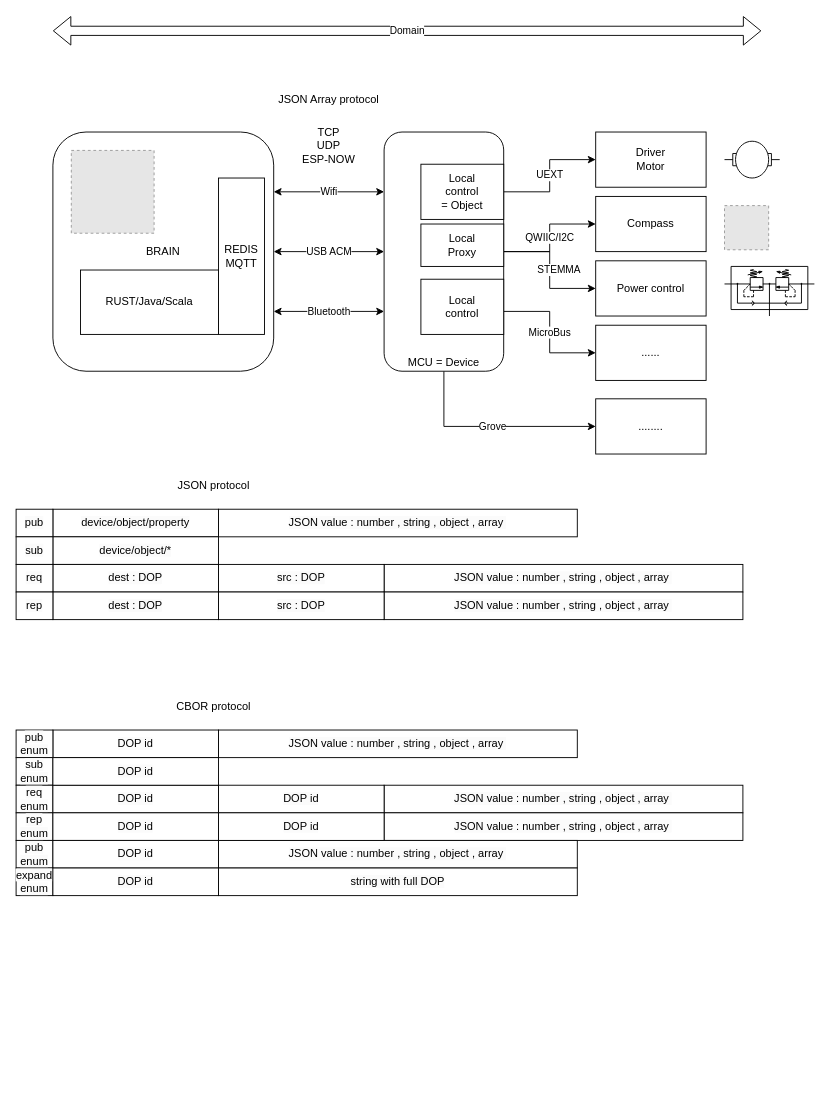
Above: docs/limero_concepts.drawio in vortex314/tiva-rs (draw.io), before the change. Source tidied: cells renumbered, new cells numbered last; positions are measured from the earlier drawing's top-left corner, leaving out a move shared by most shapes. Both pictures are drawn from the tidied source at 92%, with x=0, y=0 at pixel (16, 30). Pictures stored in the file or linked from it are replaced by grey dashed boxes.
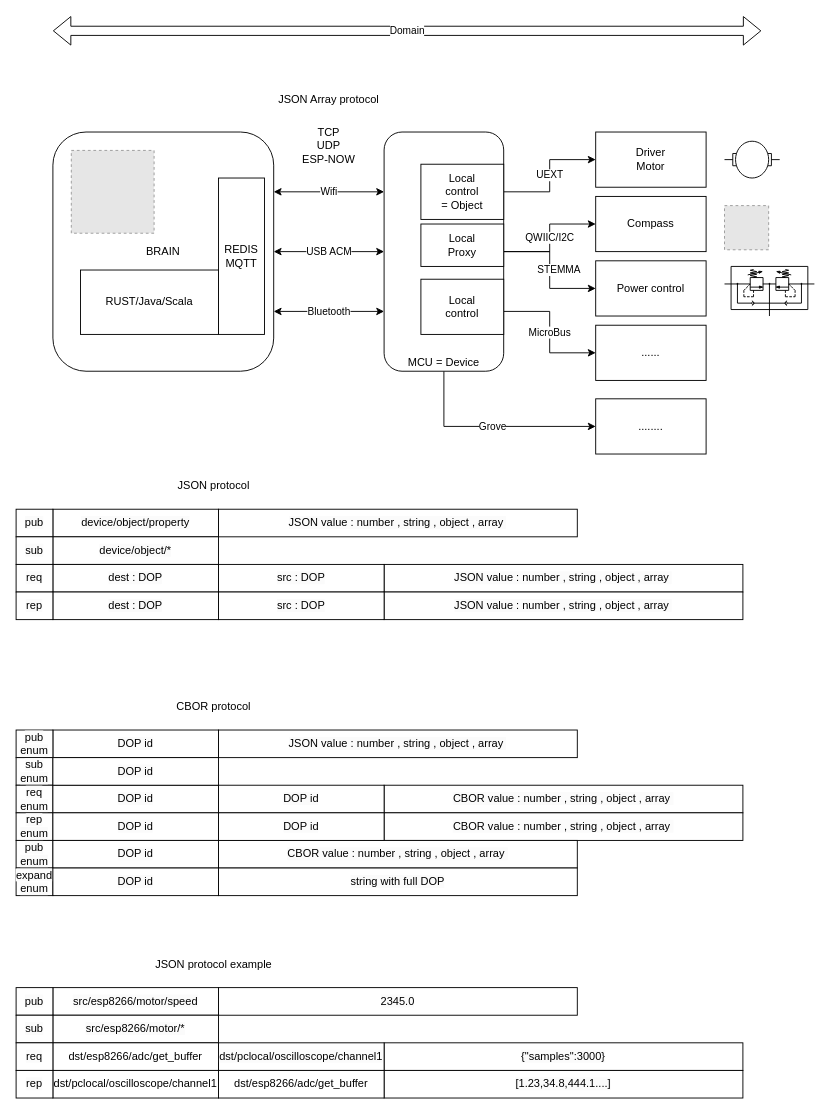
Above is the later version.

The edit, as a diff of the source:
```diff
@@
-    <mxCell id="49" value="&lt;span style=&quot;color: rgb(0, 0, 0); font-family: Helvetica; font-size: 12px; font-style: normal; font-variant-ligatures: normal; font-variant-caps: normal; font-weight: 400; letter-spacing: normal; orphans: 2; text-align: center; text-indent: 0px; text-transform: none; widows: 2; word-spacing: 0px; -webkit-text-stroke-width: 0px; background-color: rgb(251, 251, 251); text-decoration-thickness: initial; text-decoration-style: initial; text-decoration-color: initial; float: none; display: inline !important;&quot;&gt;JSON value : number , string , object , array&amp;nbsp;&lt;/span&gt;" style="rounded=0;whiteSpace=wrap;html=1;" parent="1" vertex="1">
+    <mxCell id="49" value="&lt;span style=&quot;color: rgb(0, 0, 0); font-family: Helvetica; font-size: 12px; font-style: normal; font-variant-ligatures: normal; font-variant-caps: normal; font-weight: 400; letter-spacing: normal; orphans: 2; text-align: center; text-indent: 0px; text-transform: none; widows: 2; word-spacing: 0px; -webkit-text-stroke-width: 0px; background-color: rgb(251, 251, 251); text-decoration-thickness: initial; text-decoration-style: initial; text-decoration-color: initial; float: none; display: inline !important;&quot;&gt;CBOR value : number , string , object , array&amp;nbsp;&lt;/span&gt;" style="rounded=0;whiteSpace=wrap;html=1;" parent="1" vertex="1">
       <mxGeometry x="400" y="820" width="390" height="30" as="geometry" />
     </mxCell>
@@
-    <mxCell id="51" value="&lt;span style=&quot;color: rgb(0, 0, 0); font-family: Helvetica; font-size: 12px; font-style: normal; font-variant-ligatures: normal; font-variant-caps: normal; font-weight: 400; letter-spacing: normal; orphans: 2; text-align: center; text-indent: 0px; text-transform: none; widows: 2; word-spacing: 0px; -webkit-text-stroke-width: 0px; background-color: rgb(251, 251, 251); text-decoration-thickness: initial; text-decoration-style: initial; text-decoration-color: initial; float: none; display: inline !important;&quot;&gt;JSON value : number , string , object , array&amp;nbsp;&lt;/span&gt;" style="rounded=0;whiteSpace=wrap;html=1;" parent="1" vertex="1">
+    <mxCell id="51" value="&lt;span style=&quot;color: rgb(0, 0, 0); font-family: Helvetica; font-size: 12px; font-style: normal; font-variant-ligatures: normal; font-variant-caps: normal; font-weight: 400; letter-spacing: normal; orphans: 2; text-align: center; text-indent: 0px; text-transform: none; widows: 2; word-spacing: 0px; -webkit-text-stroke-width: 0px; background-color: rgb(251, 251, 251); text-decoration-thickness: initial; text-decoration-style: initial; text-decoration-color: initial; float: none; display: inline !important;&quot;&gt;CBOR value : number , string , object , array&amp;nbsp;&lt;/span&gt;" style="rounded=0;whiteSpace=wrap;html=1;" parent="1" vertex="1">
       <mxGeometry x="400" y="850" width="390" height="30" as="geometry" />
     </mxCell>
@@
-    <mxCell id="53" value="&lt;span style=&quot;color: rgb(0, 0, 0); font-family: Helvetica; font-size: 12px; font-style: normal; font-variant-ligatures: normal; font-variant-caps: normal; font-weight: 400; letter-spacing: normal; orphans: 2; text-align: center; text-indent: 0px; text-transform: none; widows: 2; word-spacing: 0px; -webkit-text-stroke-width: 0px; background-color: rgb(251, 251, 251); text-decoration-thickness: initial; text-decoration-style: initial; text-decoration-color: initial; float: none; display: inline !important;&quot;&gt;JSON value : number , string , object , array&amp;nbsp;&lt;/span&gt;" style="rounded=0;whiteSpace=wrap;html=1;" parent="1" vertex="1">
+    <mxCell id="53" value="&lt;span style=&quot;color: rgb(0, 0, 0); font-family: Helvetica; font-size: 12px; font-style: normal; font-variant-ligatures: normal; font-variant-caps: normal; font-weight: 400; letter-spacing: normal; orphans: 2; text-align: center; text-indent: 0px; text-transform: none; widows: 2; word-spacing: 0px; -webkit-text-stroke-width: 0px; background-color: rgb(251, 251, 251); text-decoration-thickness: initial; text-decoration-style: initial; text-decoration-color: initial; float: none; display: inline !important;&quot;&gt;CBOR value : number , string , object , array&amp;nbsp;&lt;/span&gt;" style="rounded=0;whiteSpace=wrap;html=1;" parent="1" vertex="1">
       <mxGeometry x="220" y="880" width="390" height="30" as="geometry" />
     </mxCell>
@@
+    <mxCell id="63" value="JSON protocol example" style="text;html=1;strokeColor=none;fillColor=none;align=center;verticalAlign=middle;whiteSpace=wrap;rounded=0;" parent="1" vertex="1">
+      <mxGeometry x="90" y="1000" width="250" height="30" as="geometry" />
+    </mxCell>
+    <mxCell id="64" value="&lt;span style=&quot;color: rgb(0, 0, 0); font-family: Helvetica; font-size: 12px; font-style: normal; font-variant-ligatures: normal; font-variant-caps: normal; font-weight: 400; letter-spacing: normal; orphans: 2; text-align: center; text-indent: 0px; text-transform: none; widows: 2; word-spacing: 0px; -webkit-text-stroke-width: 0px; background-color: rgb(251, 251, 251); text-decoration-thickness: initial; text-decoration-style: initial; text-decoration-color: initial; float: none; display: inline !important;&quot;&gt;src/esp8266/motor/speed&lt;/span&gt;" style="rounded=0;whiteSpace=wrap;html=1;" parent="1" vertex="1">
+      <mxGeometry x="40" y="1040" width="180" height="30" as="geometry" />
+    </mxCell>
+    <mxCell id="65" value="&lt;span style=&quot;color: rgb(0, 0, 0); font-family: Helvetica; font-size: 12px; font-style: normal; font-variant-ligatures: normal; font-variant-caps: normal; font-weight: 400; letter-spacing: normal; orphans: 2; text-align: center; text-indent: 0px; text-transform: none; widows: 2; word-spacing: 0px; -webkit-text-stroke-width: 0px; background-color: rgb(251, 251, 251); text-decoration-thickness: initial; text-decoration-style: initial; text-decoration-color: initial; float: none; display: inline !important;&quot;&gt;pub&lt;/span&gt;" style="rounded=0;whiteSpace=wrap;html=1;" parent="1" vertex="1">
+      <mxGeometry y="1040" width="40" height="30" as="geometry" />
+    </mxCell>
+    <mxCell id="66" value="&lt;span style=&quot;color: rgb(0, 0, 0); font-family: Helvetica; font-size: 12px; font-style: normal; font-variant-ligatures: normal; font-variant-caps: normal; font-weight: 400; letter-spacing: normal; orphans: 2; text-align: center; text-indent: 0px; text-transform: none; widows: 2; word-spacing: 0px; -webkit-text-stroke-width: 0px; background-color: rgb(251, 251, 251); text-decoration-thickness: initial; text-decoration-style: initial; text-decoration-color: initial; float: none; display: inline !important;&quot;&gt;2345.0&lt;/span&gt;" style="rounded=0;whiteSpace=wrap;html=1;" parent="1" vertex="1">
+      <mxGeometry x="220" y="1040" width="390" height="30" as="geometry" />
+    </mxCell>
+    <mxCell id="67" value="&lt;span style=&quot;color: rgb(0, 0, 0); font-family: Helvetica; font-size: 12px; font-style: normal; font-variant-ligatures: normal; font-variant-caps: normal; font-weight: 400; letter-spacing: normal; orphans: 2; text-align: center; text-indent: 0px; text-transform: none; widows: 2; word-spacing: 0px; -webkit-text-stroke-width: 0px; background-color: rgb(251, 251, 251); text-decoration-thickness: initial; text-decoration-style: initial; text-decoration-color: initial; float: none; display: inline !important;&quot;&gt;src/esp8266/motor/*&lt;/span&gt;" style="rounded=0;whiteSpace=wrap;html=1;" parent="1" vertex="1">
+      <mxGeometry x="40" y="1070" width="180" height="30" as="geometry" />
+    </mxCell>
+    <mxCell id="68" value="&lt;span style=&quot;color: rgb(0, 0, 0); font-family: Helvetica; font-size: 12px; font-style: normal; font-variant-ligatures: normal; font-variant-caps: normal; font-weight: 400; letter-spacing: normal; orphans: 2; text-align: center; text-indent: 0px; text-transform: none; widows: 2; word-spacing: 0px; -webkit-text-stroke-width: 0px; background-color: rgb(251, 251, 251); text-decoration-thickness: initial; text-decoration-style: initial; text-decoration-color: initial; float: none; display: inline !important;&quot;&gt;sub&lt;/span&gt;" style="rounded=0;whiteSpace=wrap;html=1;" parent="1" vertex="1">
+      <mxGeometry y="1070" width="40" height="30" as="geometry" />
+    </mxCell>
+    <mxCell id="69" value="dst/esp8266/adc/get_buffer" style="rounded=0;whiteSpace=wrap;html=1;" parent="1" vertex="1">
+      <mxGeometry x="40" y="1100" width="180" height="30" as="geometry" />
+    </mxCell>
+    <mxCell id="70" value="&lt;span style=&quot;color: rgb(0, 0, 0); font-family: Helvetica; font-size: 12px; font-style: normal; font-variant-ligatures: normal; font-variant-caps: normal; font-weight: 400; letter-spacing: normal; orphans: 2; text-align: center; text-indent: 0px; text-transform: none; widows: 2; word-spacing: 0px; -webkit-text-stroke-width: 0px; background-color: rgb(251, 251, 251); text-decoration-thickness: initial; text-decoration-style: initial; text-decoration-color: initial; float: none; display: inline !important;&quot;&gt;req&lt;/span&gt;" style="rounded=0;whiteSpace=wrap;html=1;" parent="1" vertex="1">
+      <mxGeometry y="1100" width="40" height="30" as="geometry" />
+    </mxCell>
+    <mxCell id="71" value="&lt;span style=&quot;color: rgb(0, 0, 0); font-family: Helvetica; font-size: 12px; font-style: normal; font-variant-ligatures: normal; font-variant-caps: normal; font-weight: 400; letter-spacing: normal; orphans: 2; text-align: center; text-indent: 0px; text-transform: none; widows: 2; word-spacing: 0px; -webkit-text-stroke-width: 0px; background-color: rgb(251, 251, 251); text-decoration-thickness: initial; text-decoration-style: initial; text-decoration-color: initial; float: none; display: inline !important;&quot;&gt;{&quot;samples&quot;:3000}&lt;/span&gt;" style="rounded=0;whiteSpace=wrap;html=1;" parent="1" vertex="1">
+      <mxGeometry x="400" y="1100" width="390" height="30" as="geometry" />
+    </mxCell>
+    <mxCell id="72" value="&lt;span style=&quot;color: rgb(0, 0, 0); font-family: Helvetica; font-size: 12px; font-style: normal; font-variant-ligatures: normal; font-variant-caps: normal; font-weight: 400; letter-spacing: normal; orphans: 2; text-align: center; text-indent: 0px; text-transform: none; widows: 2; word-spacing: 0px; -webkit-text-stroke-width: 0px; background-color: rgb(251, 251, 251); text-decoration-thickness: initial; text-decoration-style: initial; text-decoration-color: initial; float: none; display: inline !important;&quot;&gt;dst/pclocal/oscilloscope/channel1&lt;/span&gt;" style="rounded=0;whiteSpace=wrap;html=1;" parent="1" vertex="1">
+      <mxGeometry x="220" y="1100" width="180" height="30" as="geometry" />
+    </mxCell>
+    <mxCell id="73" value="dst/pclocal/oscilloscope/channel1" style="rounded=0;whiteSpace=wrap;html=1;" parent="1" vertex="1">
+      <mxGeometry x="40" y="1130" width="180" height="30" as="geometry" />
+    </mxCell>
+    <mxCell id="74" value="&lt;span style=&quot;color: rgb(0, 0, 0); font-family: Helvetica; font-size: 12px; font-style: normal; font-variant-ligatures: normal; font-variant-caps: normal; font-weight: 400; letter-spacing: normal; orphans: 2; text-align: center; text-indent: 0px; text-transform: none; widows: 2; word-spacing: 0px; -webkit-text-stroke-width: 0px; background-color: rgb(251, 251, 251); text-decoration-thickness: initial; text-decoration-style: initial; text-decoration-color: initial; float: none; display: inline !important;&quot;&gt;rep&lt;/span&gt;" style="rounded=0;whiteSpace=wrap;html=1;" parent="1" vertex="1">
+      <mxGeometry y="1130" width="40" height="30" as="geometry" />
+    </mxCell>
+    <mxCell id="75" value="&lt;span style=&quot;color: rgb(0, 0, 0); font-family: Helvetica; font-size: 12px; font-style: normal; font-variant-ligatures: normal; font-variant-caps: normal; font-weight: 400; letter-spacing: normal; orphans: 2; text-align: center; text-indent: 0px; text-transform: none; widows: 2; word-spacing: 0px; -webkit-text-stroke-width: 0px; background-color: rgb(251, 251, 251); text-decoration-thickness: initial; text-decoration-style: initial; text-decoration-color: initial; float: none; display: inline !important;&quot;&gt;[1.23,34.8,444.1....]&lt;/span&gt;" style="rounded=0;whiteSpace=wrap;html=1;" parent="1" vertex="1">
+      <mxGeometry x="400" y="1130" width="390" height="30" as="geometry" />
+    </mxCell>
+    <mxCell id="76" value="dst/esp8266/adc/get_buffer" style="rounded=0;whiteSpace=wrap;html=1;" parent="1" vertex="1">
+      <mxGeometry x="220" y="1130" width="180" height="30" as="geometry" />
+    </mxCell>
```
